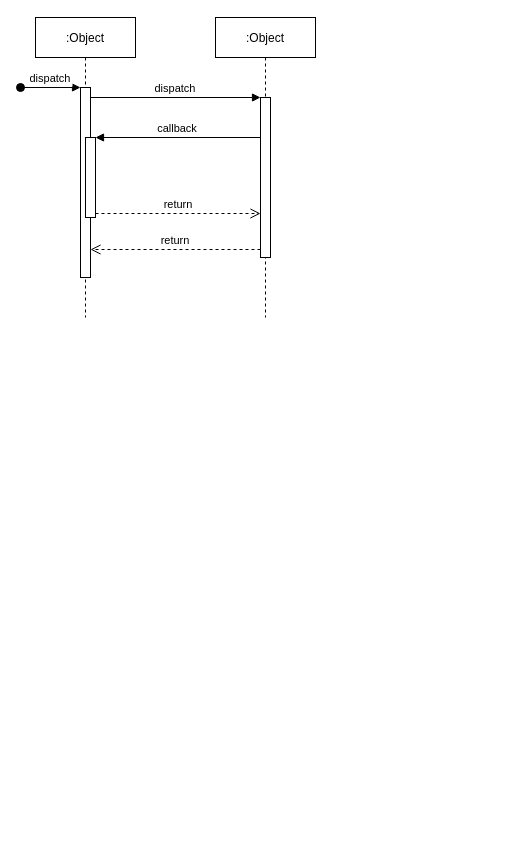
Above: Untitled Diagram.drawio in mydubai7794/zhihubot (draw.io), before the change. Source tidied: cells renumbered, new cells numbered last; positions are measured from the earlier drawing's top-left corner, leaving out a move shared by most shapes. Both pictures are drawn from the tidied source at 100%, with x=0, y=0 at pixel (20, 17).
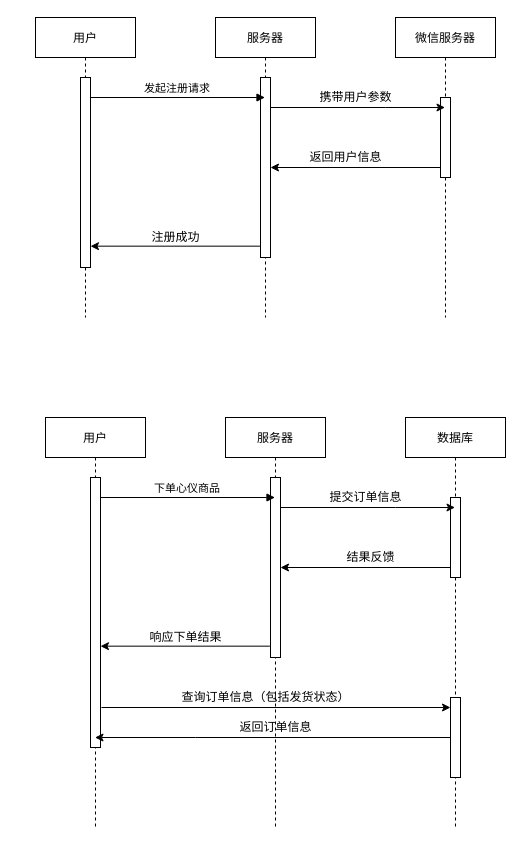
The same diagram, later.

The edit, as a diff of the source:
```diff
@@
-    <mxCell id="2" value=":Object" style="shape=umlLifeline;perimeter=lifelinePerimeter;rounded=0;shadow=0;strokeWidth=1;" parent="1" vertex="1">
+    <mxCell id="2" value="用户" style="shape=umlLifeline;perimeter=lifelinePerimeter;rounded=0;shadow=0;strokeWidth=1;" parent="1" vertex="1">
       <mxGeometry x="15" width="100" height="300" as="geometry" />
     </mxCell>
-    <mxCell id="3" style="points=[];perimeter=orthogonalPerimeter;rounded=0;shadow=0;strokeWidth=1;" parent="2" vertex="1">
-      <mxGeometry x="45" y="70" width="10" height="190" as="geometry" />
-    </mxCell>
-    <mxCell id="4" value="dispatch" style="verticalAlign=bottom;startArrow=oval;endArrow=block;startSize=8;shadow=0;strokeWidth=1;" parent="2" edge="1" target="3">
-      <mxGeometry relative="1" as="geometry">
-        <mxPoint x="-15" y="70" as="sourcePoint" />
-      </mxGeometry>
-    </mxCell>
-    <mxCell id="5" style="points=[];perimeter=orthogonalPerimeter;rounded=0;shadow=0;strokeWidth=1;" parent="2" vertex="1">
-      <mxGeometry x="50" y="120" width="10" height="80" as="geometry" />
-    </mxCell>
+    <mxCell id="12" style="points=[];perimeter=orthogonalPerimeter;rounded=0;shadow=0;strokeWidth=1;" parent="2" vertex="1">
+      <mxGeometry x="45" y="60" width="10" height="190" as="geometry" />
+    </mxCell>
-    <mxCell id="6" value=":Object" style="shape=umlLifeline;perimeter=lifelinePerimeter;rounded=0;shadow=0;strokeWidth=1;" parent="1" vertex="1">
+    <mxCell id="6" value="服务器" style="shape=umlLifeline;perimeter=lifelinePerimeter;rounded=0;shadow=0;strokeWidth=1;" parent="1" vertex="1">
       <mxGeometry x="195" width="100" height="300" as="geometry" />
     </mxCell>
     <mxCell id="7" style="points=[];perimeter=orthogonalPerimeter;rounded=0;shadow=0;strokeWidth=1;" parent="6" vertex="1">
-      <mxGeometry x="45" y="80" width="10" height="160" as="geometry" />
+      <mxGeometry x="45" y="60" width="10" height="180" as="geometry" />
     </mxCell>
-    <mxCell id="8" value="return" style="verticalAlign=bottom;endArrow=open;dashed=1;endSize=8;exitX=0;exitY=0.95;shadow=0;strokeWidth=1;" parent="1" edge="1" source="7" target="3">
-      <mxGeometry relative="1" as="geometry" />
-    </mxCell>
-    <mxCell id="9" value="dispatch" style="verticalAlign=bottom;endArrow=block;entryX=0;entryY=0;shadow=0;strokeWidth=1;" parent="1" edge="1" source="3" target="7">
-      <mxGeometry relative="1" as="geometry" />
+    <mxCell id="9" value="发起注册请求" style="verticalAlign=bottom;endArrow=block;shadow=0;strokeWidth=1;" parent="1" edge="1" target="6">
+      <mxGeometry relative="1" as="geometry">
+        <mxPoint x="70" y="80" as="sourcePoint" />
+      </mxGeometry>
     </mxCell>
-    <mxCell id="10" value="callback" style="verticalAlign=bottom;endArrow=block;entryX=1;entryY=0;shadow=0;strokeWidth=1;" parent="1" edge="1" source="7" target="5">
-      <mxGeometry relative="1" as="geometry" />
-    </mxCell>
-    <mxCell id="11" value="return" style="verticalAlign=bottom;endArrow=open;dashed=1;endSize=8;exitX=1;exitY=0.95;shadow=0;strokeWidth=1;" parent="1" edge="1" source="5" target="7">
-      <mxGeometry relative="1" as="geometry" />
-    </mxCell>
+    <mxCell id="13" value="微信服务器" style="shape=umlLifeline;perimeter=lifelinePerimeter;rounded=0;shadow=0;strokeWidth=1;" parent="1" vertex="1">
+      <mxGeometry x="375" width="100" height="300" as="geometry" />
+    </mxCell>
+    <mxCell id="14" style="points=[];perimeter=orthogonalPerimeter;rounded=0;shadow=0;strokeWidth=1;" parent="13" vertex="1">
+      <mxGeometry x="45" y="80" width="10" height="80" as="geometry" />
+    </mxCell>
+    <mxCell id="15" style="edgeStyle=orthogonalEdgeStyle;rounded=0;jettySize=auto;html=1;" parent="1" edge="1" source="7" target="13">
+      <mxGeometry relative="1" as="geometry">
+        <Array as="points">
+          <mxPoint x="365" y="90" />
+          <mxPoint x="365" y="90" />
+        </Array>
+      </mxGeometry>
+    </mxCell>
+    <mxCell id="16" value="携带用户参数" style="text;html=1;align=center;verticalAlign=middle;strokeColor=none;" parent="1" vertex="1">
+      <mxGeometry x="290" y="70" width="90" height="20" as="geometry" />
+    </mxCell>
+    <mxCell id="17" style="edgeStyle=orthogonalEdgeStyle;rounded=0;jettySize=auto;html=1;" parent="1" edge="1" source="14">
+      <mxGeometry relative="1" as="geometry">
+        <mxPoint x="250" y="150" as="targetPoint" />
+        <Array as="points">
+          <mxPoint x="250" y="150" />
+        </Array>
+      </mxGeometry>
+    </mxCell>
+    <mxCell id="18" value="返回用户信息" style="text;html=1;align=center;verticalAlign=middle;strokeColor=none;" parent="1" vertex="1">
+      <mxGeometry x="280" y="130" width="90" height="20" as="geometry" />
+    </mxCell>
+    <mxCell id="19" style="endArrow=classic;html=1;exitX=-0.06;exitY=0.937;exitDx=0;exitDy=0;exitPerimeter=0;" parent="1" edge="1" source="7" target="12">
+      <mxGeometry relative="1" as="geometry" />
+    </mxCell>
+    <mxCell id="20" value="注册成功" style="text;html=1;align=center;verticalAlign=middle;strokeColor=none;" parent="1" vertex="1">
+      <mxGeometry x="125" y="210" width="60" height="20" as="geometry" />
+    </mxCell>
+    <mxCell id="21" value="用户" style="shape=umlLifeline;perimeter=lifelinePerimeter;rounded=0;shadow=0;strokeWidth=1;" parent="1" vertex="1">
+      <mxGeometry x="25" y="400" width="100" height="410" as="geometry" />
+    </mxCell>
+    <mxCell id="22" style="points=[];perimeter=orthogonalPerimeter;rounded=0;shadow=0;strokeWidth=1;" parent="21" vertex="1">
+      <mxGeometry x="45" y="60" width="10" height="270" as="geometry" />
+    </mxCell>
+    <mxCell id="23" value="服务器" style="shape=umlLifeline;perimeter=lifelinePerimeter;rounded=0;shadow=0;strokeWidth=1;" parent="1" vertex="1">
+      <mxGeometry x="205" y="400" width="100" height="410" as="geometry" />
+    </mxCell>
+    <mxCell id="24" style="points=[];perimeter=orthogonalPerimeter;rounded=0;shadow=0;strokeWidth=1;" parent="23" vertex="1">
+      <mxGeometry x="45" y="60" width="10" height="180" as="geometry" />
+    </mxCell>
+    <mxCell id="25" value="下单心仪商品" style="verticalAlign=bottom;endArrow=block;shadow=0;strokeWidth=1;" parent="1" edge="1" target="23">
+      <mxGeometry relative="1" as="geometry">
+        <mxPoint x="80" y="480" as="sourcePoint" />
+      </mxGeometry>
+    </mxCell>
+    <mxCell id="26" value="数据库" style="shape=umlLifeline;perimeter=lifelinePerimeter;rounded=0;shadow=0;strokeWidth=1;" parent="1" vertex="1">
+      <mxGeometry x="385" y="400" width="100" height="410" as="geometry" />
+    </mxCell>
+    <mxCell id="27" style="perimeter=orthogonalPerimeter;rounded=0;shadow=0;strokeWidth=1;" parent="26" vertex="1">
+      <mxGeometry x="45" y="80" width="10" height="80" as="geometry" />
+    </mxCell>
+    <mxCell id="28" style="points=[];perimeter=orthogonalPerimeter;rounded=0;shadow=0;strokeWidth=1;" parent="26" vertex="1">
+      <mxGeometry x="45" y="280" width="10" height="80" as="geometry" />
+    </mxCell>
+    <mxCell id="29" style="edgeStyle=orthogonalEdgeStyle;rounded=0;jettySize=auto;html=1;" parent="1" edge="1" source="24" target="26">
+      <mxGeometry relative="1" as="geometry">
+        <Array as="points">
+          <mxPoint x="375" y="490" />
+          <mxPoint x="375" y="490" />
+        </Array>
+      </mxGeometry>
+    </mxCell>
+    <mxCell id="30" value="提交订单信息" style="text;html=1;align=center;verticalAlign=middle;strokeColor=none;" parent="1" vertex="1">
+      <mxGeometry x="300" y="470" width="90" height="20" as="geometry" />
+    </mxCell>
+    <mxCell id="31" style="edgeStyle=orthogonalEdgeStyle;rounded=0;orthogonalLoop=1;jettySize=auto;html=1;" parent="1" edge="1">
+      <mxGeometry relative="1" as="geometry">
+        <mxPoint x="430" y="550" as="sourcePoint" />
+        <mxPoint x="260" y="550" as="targetPoint" />
+        <Array as="points">
+          <mxPoint x="260" y="550" />
+        </Array>
+      </mxGeometry>
+    </mxCell>
+    <mxCell id="32" value="结果反馈" style="text;html=1;align=center;verticalAlign=middle;strokeColor=none;" parent="1" vertex="1">
+      <mxGeometry x="320" y="530" width="60" height="20" as="geometry" />
+    </mxCell>
+    <mxCell id="33" style="endArrow=classic;html=1;exitX=-0.06;exitY=0.937;exitDx=0;exitDy=0;exitPerimeter=0;" parent="1" edge="1" source="24" target="22">
+      <mxGeometry relative="1" as="geometry" />
+    </mxCell>
+    <mxCell id="34" value="响应下单结果" style="text;html=1;align=center;verticalAlign=middle;strokeColor=none;" parent="1" vertex="1">
+      <mxGeometry x="120" y="610" width="90" height="20" as="geometry" />
+    </mxCell>
+    <mxCell id="35" style="edgeStyle=orthogonalEdgeStyle;rounded=0;jettySize=auto;html=1;" parent="1" edge="1" target="28">
+      <mxGeometry relative="1" as="geometry">
+        <mxPoint x="81" y="690" as="sourcePoint" />
+        <Array as="points">
+          <mxPoint x="81" y="690" />
+        </Array>
+      </mxGeometry>
+    </mxCell>
+    <mxCell id="36" style="edgeStyle=orthogonalEdgeStyle;rounded=0;jettySize=auto;html=1;" parent="1" edge="1" source="28" target="21">
+      <mxGeometry relative="1" as="geometry">
+        <Array as="points">
+          <mxPoint x="175" y="720" />
+          <mxPoint x="175" y="720" />
+        </Array>
+      </mxGeometry>
+    </mxCell>
+    <mxCell id="37" value="查询订单信息（包括发货状态）" style="text;html=1;align=center;verticalAlign=middle;strokeColor=none;" parent="1" vertex="1">
+      <mxGeometry x="155" y="670" width="180" height="20" as="geometry" />
+    </mxCell>
+    <mxCell id="38" value="返回订单信息" style="text;html=1;align=center;verticalAlign=middle;strokeColor=none;" parent="1" vertex="1">
+      <mxGeometry x="210" y="700" width="90" height="20" as="geometry" />
+    </mxCell>
```
